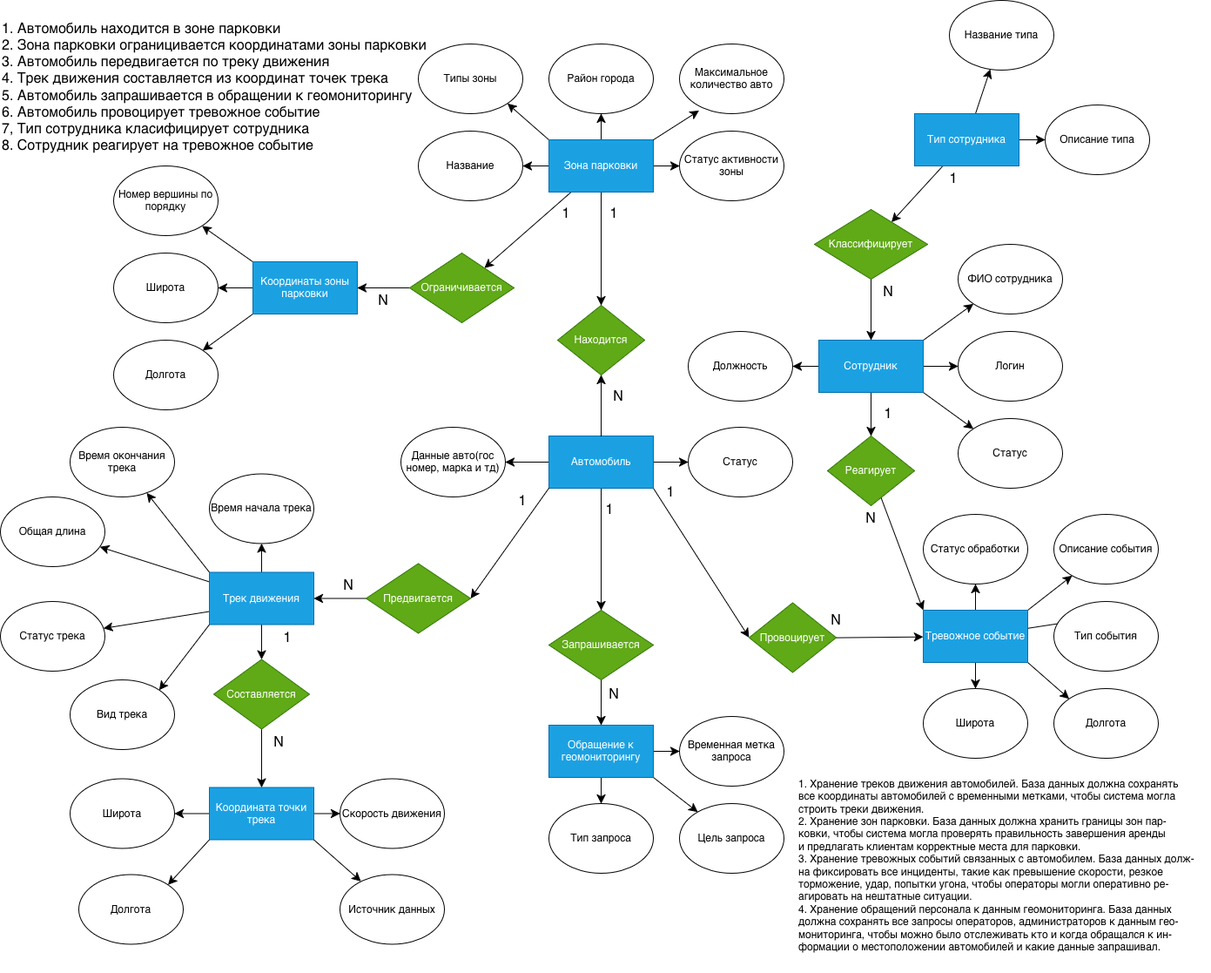
Above: sem4/db/coursework/myPhoto/er-diag.png in vizurth/poly (draw.io), before the change. Source tidied: cells renumbered, new cells last; positions are measured from the earlier drawing's top-left corner, leaving out a move shared by most shapes.
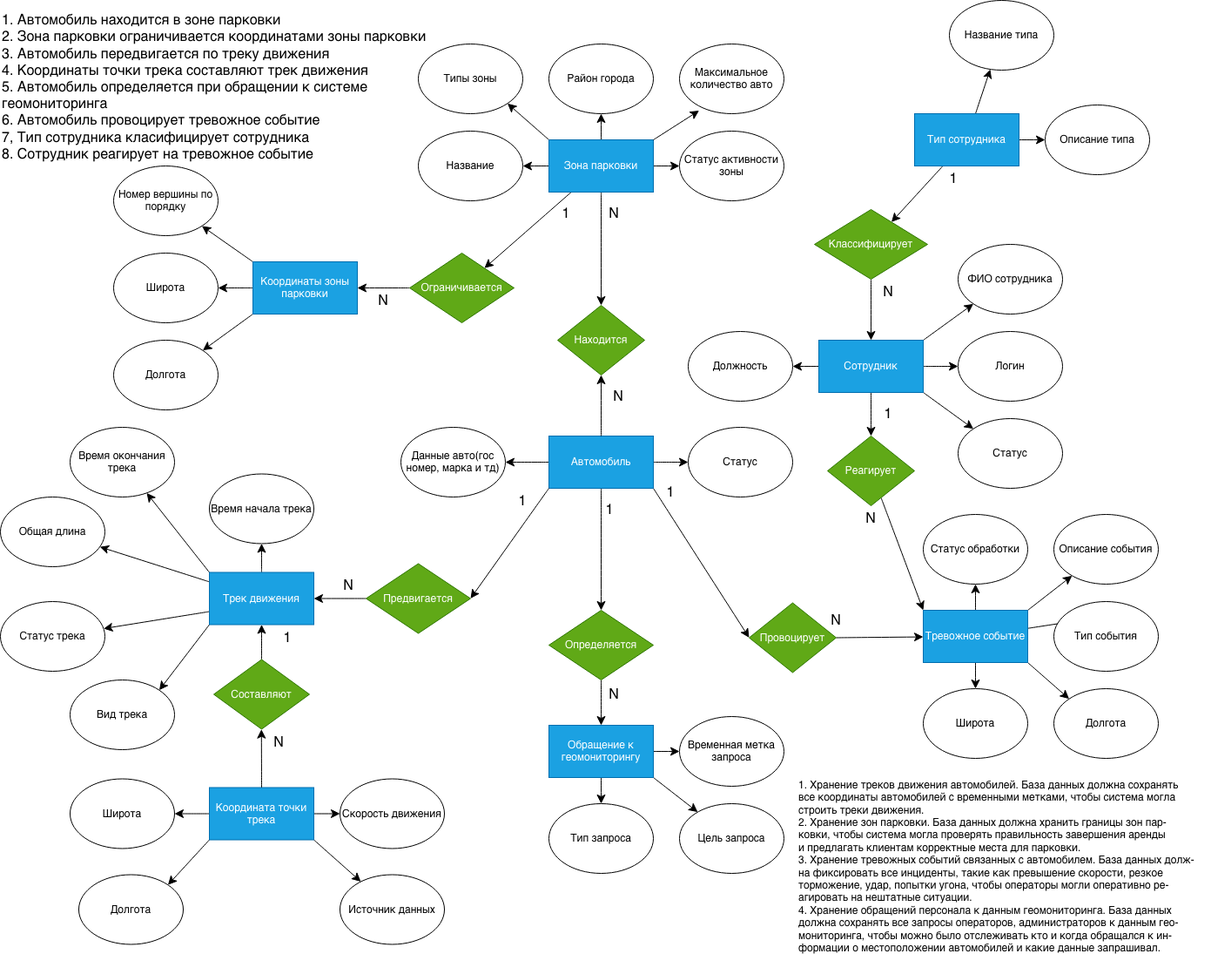
The same diagram one commit later.

Change to the diagram source:
```diff
@@ -80,9 +80,6 @@
     <mxCell id="27" value="Координаты зоны парковки" style="rounded=0;whiteSpace=wrap;html=1;fillColor=#1ba1e2;fontColor=#ffffff;strokeColor=#006EAF;" parent="1" vertex="1">
       <mxGeometry x="290" y="300" width="120" height="60" as="geometry" />
     </mxCell>
-    <mxCell id="28" style="edgeStyle=none;curved=1;rounded=0;jettySize=auto;html=1;fontSize=12;startSize=8;endSize=8;" parent="1" edge="1" source="34" target="65">
-      <mxGeometry relative="1" as="geometry" />
-    </mxCell>
     <mxCell id="29" style="edgeStyle=none;curved=1;rounded=0;jettySize=auto;html=1;fontSize=12;startSize=8;endSize=8;" parent="1" edge="1" source="34" target="87">
       <mxGeometry relative="1" as="geometry" />
     </mxCell>
@@ -151,7 +148,7 @@
     <mxCell id="50" style="edgeStyle=none;curved=1;rounded=0;jettySize=auto;html=1;fontSize=12;startSize=8;endSize=8;" parent="1" edge="1" source="51" target="43">
       <mxGeometry relative="1" as="geometry" />
     </mxCell>
-    <mxCell id="51" value="Запрашивается" style="rhombus;whiteSpace=wrap;html=1;fillColor=#60a917;fontColor=#ffffff;strokeColor=#2D7600;" parent="1" vertex="1">
+    <mxCell id="51" value="Определяется" style="rhombus;whiteSpace=wrap;html=1;fillColor=#60a917;fontColor=#ffffff;strokeColor=#2D7600;" parent="1" vertex="1">
       <mxGeometry x="630" y="700" width="120" height="80" as="geometry" />
     </mxCell>
     <mxCell id="52" style="edgeStyle=none;curved=1;rounded=0;jettySize=auto;html=1;fontSize=12;startSize=8;endSize=8;exitX=1;exitY=0.5;exitDx=0;exitDy=0;" parent="1" edge="1" source="53" target="49">
@@ -190,13 +187,13 @@
     <mxCell id="63" value="Предвигается" style="rhombus;whiteSpace=wrap;html=1;fillColor=#60a917;fontColor=#ffffff;strokeColor=#2D7600;" parent="1" vertex="1">
       <mxGeometry x="420" y="646.5" width="120" height="80" as="geometry" />
     </mxCell>
-    <mxCell id="64" style="edgeStyle=none;curved=1;rounded=0;jettySize=auto;html=1;fontSize=12;startSize=8;endSize=8;" parent="1" edge="1" source="65" target="39">
-      <mxGeometry relative="1" as="geometry" />
-    </mxCell>
+    <mxCell id="119" style="edgeStyle=none;curved=1;rounded=0;jettySize=auto;html=1;fontSize=12;startSize=8;endSize=8;entryX=0;entryY=0;entryDx=0;entryDy=0;" parent="1" edge="1" source="65" target="72">
+      <mxGeometry relative="1" as="geometry" />
+    </mxCell>
-    <mxCell id="65" value="Составляется" style="rhombus;whiteSpace=wrap;html=1;fillColor=#60a917;fontColor=#ffffff;strokeColor=#2D7600;" parent="1" vertex="1">
+    <mxCell id="65" value="Составляют" style="rhombus;whiteSpace=wrap;html=1;fillColor=#60a917;fontColor=#ffffff;strokeColor=#2D7600;" parent="1" vertex="1">
       <mxGeometry x="245" y="756.5" width="110" height="80" as="geometry" />
     </mxCell>
-    <mxCell id="66" value="1" style="text;html=1;whiteSpace=wrap;strokeColor=none;fillColor=none;align=center;verticalAlign=middle;rounded=0;fontSize=16;" parent="1" vertex="1">
+    <mxCell id="66" value="N" style="text;html=1;whiteSpace=wrap;strokeColor=none;fillColor=none;align=center;verticalAlign=middle;rounded=0;fontSize=16;" parent="1" vertex="1">
       <mxGeometry x="675" y="230" width="60" height="30" as="geometry" />
     </mxCell>
     <mxCell id="67" value="N" style="text;html=1;whiteSpace=wrap;strokeColor=none;fillColor=none;align=center;verticalAlign=middle;rounded=0;fontSize=16;" parent="1" vertex="1">
@@ -349,11 +346,14 @@
     <mxCell id="116" value="1. Хранение треков движения автомобилей. База данных должна сохранять&#10;все координаты автомобилей с временными метками, чтобы система могла&#10;строить треки движения.&#10;2. Хранение зон парковки. База данных должна хранить границы зон пар-&#10;ковки, чтобы система могла проверять правильность завершения аренды&#10;и предлагать клиентам корректные места для парковки.&#10;3. Хранение тревожных событий связанных с автомобилем. База данных долж-&#10;на фиксировать все инциденты, такие как превышение скорости, резкое&#10;торможение, удар, попытки угона, чтобы операторы могли оперативно ре-&#10;агировать на нештатные ситуации.&#10;4. Хранение обращений персонала к данным геомониторинга. База данных&#10;должна сохранять все запросы операторов, администраторов к данным гео-&#10;мониторинга, чтобы можно было отслеживать кто и когда обращался к ин-&#10;формации о местоположении автомобилей и какие данные запрашивал." style="text;whiteSpace=wrap;" parent="1" vertex="1">
       <mxGeometry x="915" y="886.5" width="475" height="230" as="geometry" />
     </mxCell>
-    <mxCell id="117" value="&lt;div&gt;1. Автомобиль находится в зоне парковки&lt;/div&gt;&lt;div&gt;2. Зона парковки ограницивается координатами зоны парковки&lt;/div&gt;&lt;div&gt;3. Автомобиль передвигается по треку движения&lt;/div&gt;&lt;div&gt;4. Трек движения составляется из координат точек трека&lt;/div&gt;&lt;div&gt;5. Автомобиль запрашивается в обращении к геомониторингу&lt;/div&gt;&lt;div&gt;6. Автомобиль провоцирует тревожное событие&amp;nbsp;&lt;/div&gt;&lt;div&gt;7, Тип сотрудника класифицирует сотрудника&lt;/div&gt;&lt;div&gt;8. Сотрудник реагирует на тревожное событие&lt;/div&gt;" style="text;html=1;whiteSpace=wrap;strokeColor=none;fillColor=none;align=left;verticalAlign=middle;rounded=0;fontSize=16;" parent="1" vertex="1">
+    <mxCell id="117" value="&lt;div&gt;1. Автомобиль находится в зоне парковки&lt;/div&gt;&lt;div&gt;2. Зона парковки ограничивается координатами зоны парковки&lt;/div&gt;&lt;div&gt;3. Автомобиль передвигается по треку движения&lt;/div&gt;&lt;div&gt;4. Координаты точки трека составляют трек движения&lt;/div&gt;&lt;div&gt;5.&amp;nbsp;Автомобиль определяется при обращении к системе геомониторинга&lt;/div&gt;&lt;div&gt;6. Автомобиль провоцирует тревожное событие&amp;nbsp;&lt;/div&gt;&lt;div&gt;7, Тип сотрудника класифицирует сотрудника&lt;/div&gt;&lt;div&gt;8. Сотрудник реагирует на тревожное событие&lt;/div&gt;" style="text;html=1;whiteSpace=wrap;strokeColor=none;fillColor=none;align=left;verticalAlign=middle;rounded=0;fontSize=16;" parent="1" vertex="1">
       <mxGeometry y="20" width="510" height="160" as="geometry" />
     </mxCell>
     <mxCell id="118" value="Вид трека" style="ellipse;whiteSpace=wrap;html=1;" parent="1" vertex="1">
       <mxGeometry x="80" y="780" width="120" height="80" as="geometry" />
     </mxCell>
+    <mxCell id="120" style="edgeStyle=none;curved=1;rounded=0;jettySize=auto;html=1;exitX=0.5;exitY=0;exitDx=0;exitDy=0;entryX=0.163;entryY=0.008;entryDx=0;entryDy=0;entryPerimeter=0;fontSize=12;startSize=8;endSize=8;" parent="1" edge="1" source="39" target="73">
+      <mxGeometry relative="1" as="geometry" />
+    </mxCell>
   </root>
 </mxGraphModel>
```
